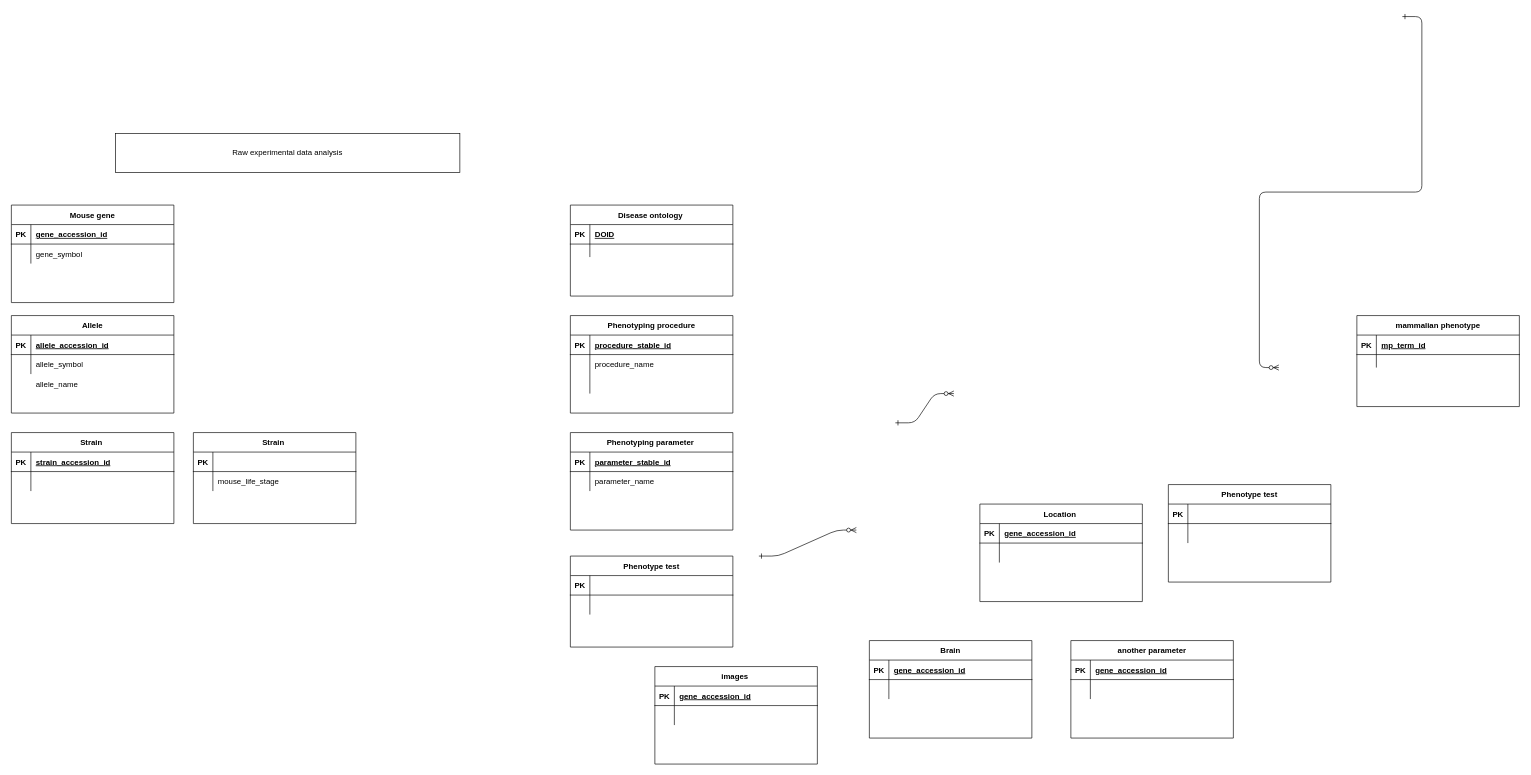
The draw.io diagram Database schema.drawio in mgonsalves136/Data-cleaning-and-data-management, before the edit. Source tidied: cells renumbered, new cells numbered last; positions are measured from the earlier drawing's top-left corner, leaving out a move shared by most shapes. Both pictures are drawn from the tidied source at 65%, with x=0, y=0 at pixel (11, 16).
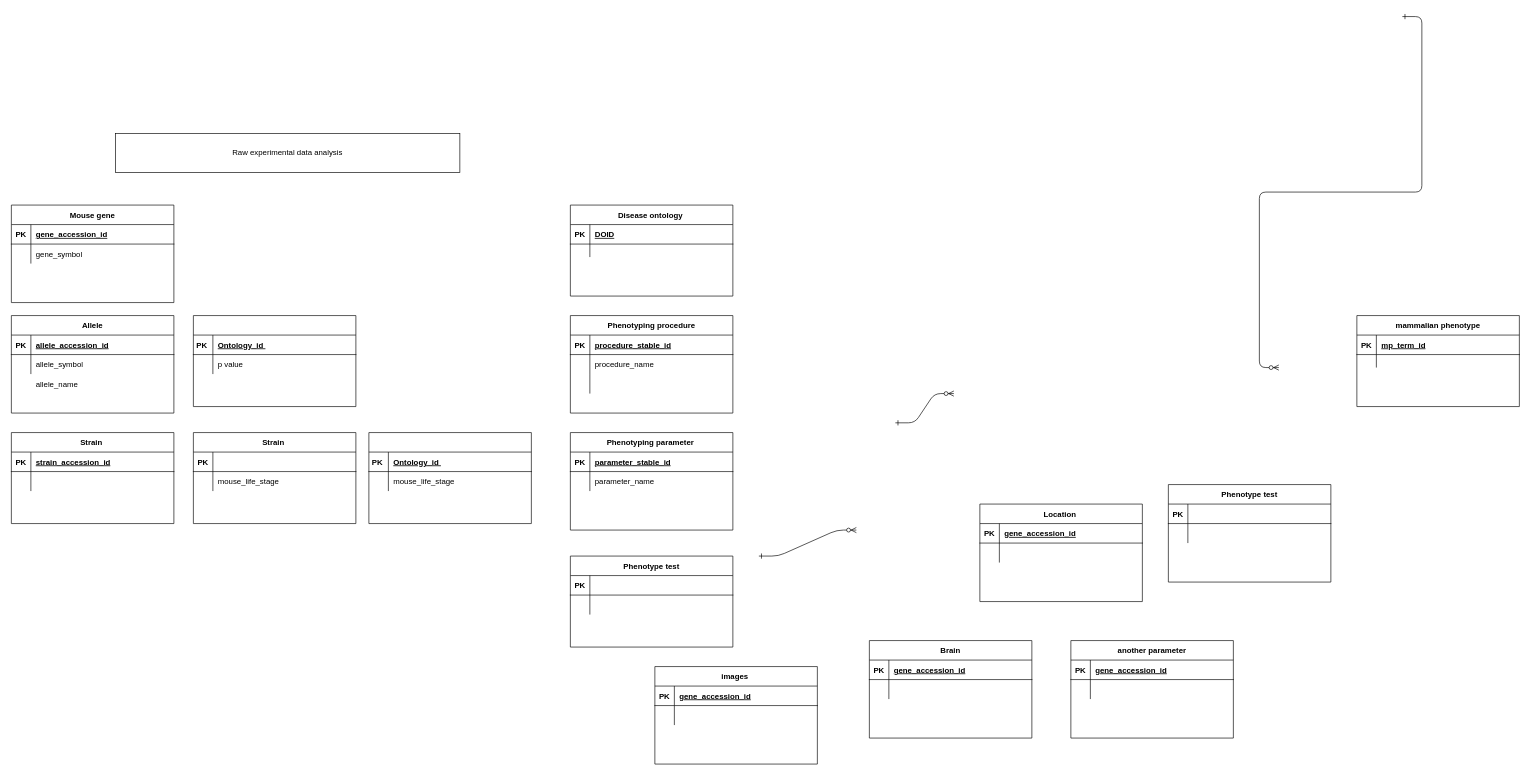
The same diagram, later.

The edit, as a diff of the source:
```diff
@@
+    <mxCell id="108" style="shape=table;startSize=30;childLayout=tableLayout;rowLines=0;fontStyle=1;align=center;" parent="1" vertex="1">
+      <mxGeometry x="550" y="640" width="250" height="140" as="geometry" />
+    </mxCell>
+    <mxCell id="109" style="shape=partialRectangle;fillColor=none;top=0;left=0;right=0;bottom=1;" parent="108" vertex="1">
+      <mxGeometry y="30" width="250" height="30" as="geometry" />
+    </mxCell>
+    <mxCell id="110" value="PK " style="shape=partialRectangle;overflow=hidden;fillColor=none;top=0;left=0;bottom=0;right=0;fontStyle=1;" parent="109" vertex="1">
+      <mxGeometry width="30" height="30" as="geometry" />
+    </mxCell>
+    <mxCell id="111" value="Ontology_id " style="shape=partialRectangle;overflow=hidden;fillColor=none;top=0;left=0;bottom=0;right=0;align=left;spacingLeft=6;fontStyle=5;" parent="109" vertex="1">
+      <mxGeometry x="30" width="220" height="30" as="geometry" />
+    </mxCell>
+    <mxCell id="112" style="shape=partialRectangle;fillColor=none;top=0;left=0;right=0;bottom=0;" parent="108" vertex="1">
+      <mxGeometry y="60" width="250" height="30" as="geometry" />
+    </mxCell>
+    <mxCell id="113" style="shape=partialRectangle;overflow=hidden;fillColor=none;top=0;left=0;bottom=0;right=0;" parent="112" vertex="1">
+      <mxGeometry width="30" height="30" as="geometry" />
+    </mxCell>
+    <mxCell id="114" value="mouse_life_stage" style="shape=partialRectangle;overflow=hidden;fillColor=none;top=0;left=0;bottom=0;right=0;align=left;spacingLeft=6;" parent="112" vertex="1">
+      <mxGeometry x="30" width="220" height="30" as="geometry" />
+    </mxCell>
+    <mxCell id="115" style="shape=table;startSize=30;childLayout=tableLayout;rowLines=0;fontStyle=1;align=center;" parent="1" vertex="1">
+      <mxGeometry x="280" y="460" width="250" height="140" as="geometry" />
+    </mxCell>
+    <mxCell id="116" style="shape=partialRectangle;fillColor=none;top=0;left=0;right=0;bottom=1;" parent="115" vertex="1">
+      <mxGeometry y="30" width="250" height="30" as="geometry" />
+    </mxCell>
+    <mxCell id="117" value="PK " style="shape=partialRectangle;overflow=hidden;fillColor=none;top=0;left=0;bottom=0;right=0;fontStyle=1;" parent="116" vertex="1">
+      <mxGeometry width="30" height="30" as="geometry" />
+    </mxCell>
+    <mxCell id="118" value="Ontology_id " style="shape=partialRectangle;overflow=hidden;fillColor=none;top=0;left=0;bottom=0;right=0;align=left;spacingLeft=6;fontStyle=5;" parent="116" vertex="1">
+      <mxGeometry x="30" width="220" height="30" as="geometry" />
+    </mxCell>
+    <mxCell id="119" style="shape=partialRectangle;fillColor=none;top=0;left=0;right=0;bottom=0;" parent="115" vertex="1">
+      <mxGeometry y="60" width="250" height="30" as="geometry" />
+    </mxCell>
+    <mxCell id="120" style="shape=partialRectangle;overflow=hidden;fillColor=none;top=0;left=0;bottom=0;right=0;" parent="119" vertex="1">
+      <mxGeometry width="30" height="30" as="geometry" />
+    </mxCell>
+    <mxCell id="121" value="p value " style="shape=partialRectangle;overflow=hidden;fillColor=none;top=0;left=0;bottom=0;right=0;align=left;spacingLeft=6;" parent="119" vertex="1">
+      <mxGeometry x="30" width="220" height="30" as="geometry" />
+    </mxCell>
```
